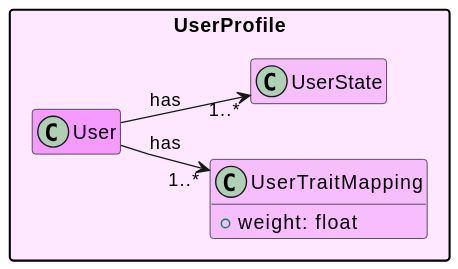
The PlantUML diagram out/UML/user/user.svg in Maks-stack/ontology, before a commit.
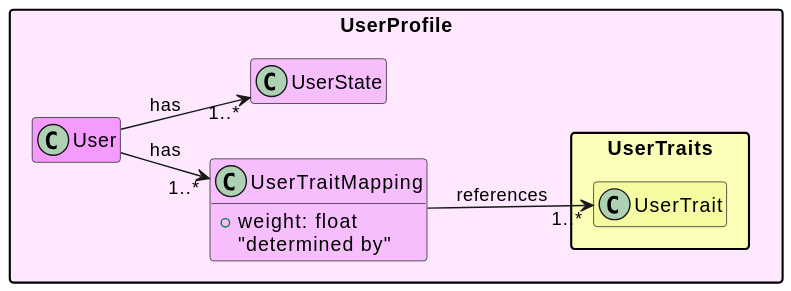
Above is the later version.

Diff of the diagram source:
```diff
@@ -1,5 +1,6 @@
 @startuml
 skinparam linetype polyline
+
 hide empty methods
 hide empty attributes
 hide empty members
@@ -24,5 +25,14 @@
 
   User --> "1..*" UserState : has
   User --> "1..*" UserTraitMapping : has
+
+  !if ($renderMode != "master")
+  package UserTraits #fafeb7ff {
+    class UserTrait #f5fba0ff
+  }
+
+  UserTraitMapping --> "1..*" UserTraits.UserTrait : references
+  UserProfile.UserTraitMapping : "determined by"
+  !endif
 }
 @enduml
```
